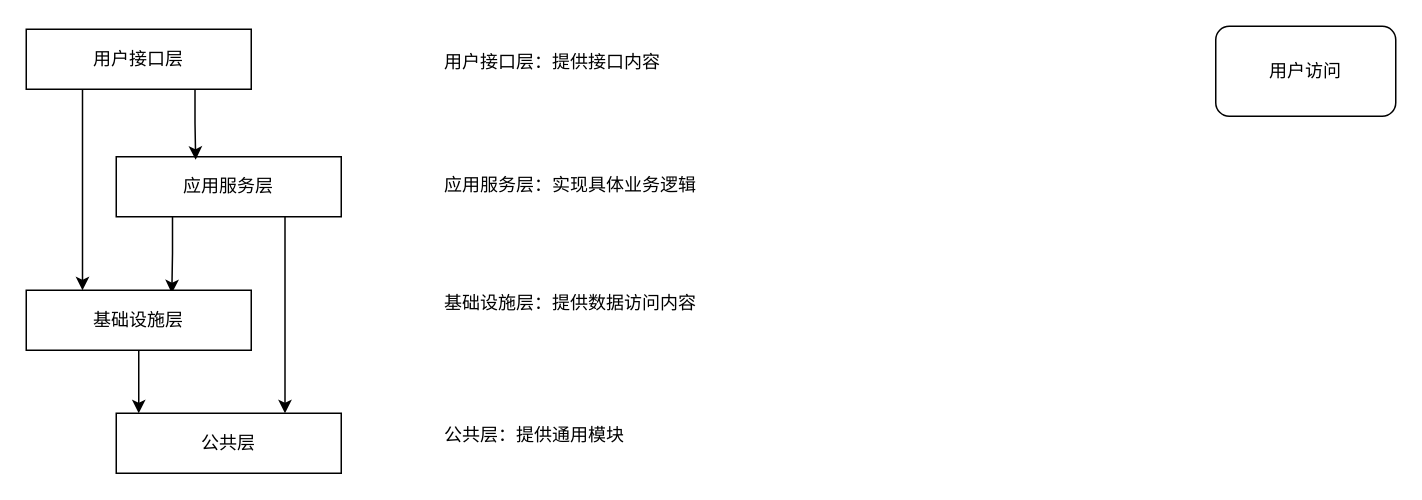
Above: blog/cy_data.drawio in began-zhao/studydraw (draw.io), before the change. Source tidied: cells renumbered, new cells numbered last; positions are measured from the earlier drawing's top-left corner, leaving out a move shared by most shapes. Both pictures are drawn from the tidied source at 150%, with x=0, y=0 at pixel (26, 26).
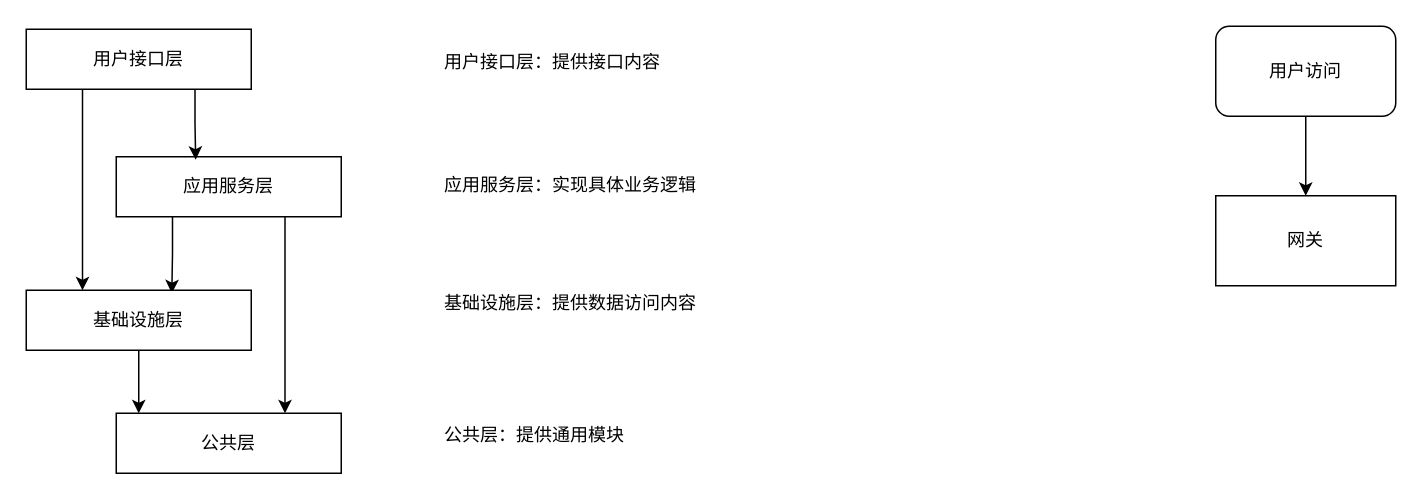
Above is the later version.

What changed in the source:
```diff
@@
 <mxGraphModel>
   <root>
     <mxCell id="0" />
     <mxCell id="1" parent="0" />
     <mxCell id="2" style="edgeStyle=orthogonalEdgeStyle;rounded=0;jettySize=auto;html=1;exitX=0.75;exitY=1;exitDx=0;exitDy=0;entryX=0.75;entryY=0;entryDx=0;entryDy=0;" parent="1" edge="1" source="4" target="5">
       <mxGeometry relative="1" as="geometry" />
     </mxCell>
     <mxCell id="3" style="edgeStyle=orthogonalEdgeStyle;rounded=0;jettySize=auto;html=1;exitX=0.25;exitY=1;exitDx=0;exitDy=0;entryX=0.647;entryY=0.05;entryDx=0;entryDy=0;entryPerimeter=0;" parent="1" edge="1" source="4" target="10">
       <mxGeometry relative="1" as="geometry" />
     </mxCell>
     <mxCell id="4" value="应用服务层" style="rounded=0;whiteSpace=wrap;html=1;" parent="1" vertex="1">
       <mxGeometry x="60" y="87" width="150" height="40" as="geometry" />
     </mxCell>
     <mxCell id="5" value="公共层" style="rounded=0;whiteSpace=wrap;html=1;" parent="1" vertex="1">
       <mxGeometry x="60" y="258" width="150" height="40" as="geometry" />
     </mxCell>
     <mxCell id="6" style="edgeStyle=orthogonalEdgeStyle;rounded=0;jettySize=auto;html=1;exitX=0.25;exitY=1;exitDx=0;exitDy=0;entryX=0.25;entryY=0;entryDx=0;entryDy=0;" parent="1" edge="1" source="8" target="10">
       <mxGeometry relative="1" as="geometry" />
     </mxCell>
     <mxCell id="7" style="edgeStyle=orthogonalEdgeStyle;rounded=0;jettySize=auto;html=1;exitX=0.75;exitY=1;exitDx=0;exitDy=0;entryX=0.353;entryY=0.05;entryDx=0;entryDy=0;entryPerimeter=0;" parent="1" edge="1" source="8" target="4">
       <mxGeometry relative="1" as="geometry" />
     </mxCell>
     <mxCell id="8" value="用户接口层" style="rounded=0;whiteSpace=wrap;html=1;" parent="1" vertex="1">
       <mxGeometry y="2" width="150" height="40" as="geometry" />
     </mxCell>
     <mxCell id="9" style="edgeStyle=orthogonalEdgeStyle;rounded=0;jettySize=auto;html=1;exitX=0.5;exitY=1;exitDx=0;exitDy=0;entryX=0.1;entryY=0;entryDx=0;entryDy=0;entryPerimeter=0;" parent="1" edge="1" source="10" target="5">
       <mxGeometry relative="1" as="geometry" />
     </mxCell>
     <mxCell id="10" value="基础设施层" style="rounded=0;whiteSpace=wrap;html=1;" parent="1" vertex="1">
       <mxGeometry y="176" width="150" height="40" as="geometry" />
     </mxCell>
     <mxCell id="11" value="用户接口层：提供接口内容" style="text;strokeColor=none;fillColor=none;align=left;verticalAlign=middle;spacingLeft=4;spacingRight=4;overflow=hidden;whiteSpace=wrap;html=1;" parent="1" vertex="1">
       <mxGeometry x="273" y="9" width="171" height="30" as="geometry" />
     </mxCell>
     <mxCell id="12" value="应用服务层：实现具体业务逻辑" style="text;strokeColor=none;fillColor=none;align=left;verticalAlign=middle;spacingLeft=4;spacingRight=4;overflow=hidden;whiteSpace=wrap;html=1;" parent="1" vertex="1">
       <mxGeometry x="273" y="91" width="192" height="30" as="geometry" />
     </mxCell>
     <mxCell id="13" value="基础设施层：提供数据访问内容" style="text;strokeColor=none;fillColor=none;align=left;verticalAlign=middle;spacingLeft=4;spacingRight=4;overflow=hidden;whiteSpace=wrap;html=1;" parent="1" vertex="1">
       <mxGeometry x="273" y="170" width="192" height="30" as="geometry" />
     </mxCell>
     <mxCell id="14" value="公共层：提供通用模块" style="text;strokeColor=none;fillColor=none;align=left;verticalAlign=middle;spacingLeft=4;spacingRight=4;overflow=hidden;whiteSpace=wrap;html=1;" parent="1" vertex="1">
       <mxGeometry x="273" y="258" width="192" height="30" as="geometry" />
     </mxCell>
+    <mxCell id="16" style="edgeStyle=orthogonalEdgeStyle;rounded=0;jettySize=auto;html=1;exitX=0.5;exitY=1;exitDx=0;exitDy=0;entryX=0.5;entryY=0;entryDx=0;entryDy=0;" parent="1" edge="1" source="15" target="17">
+      <mxGeometry relative="1" as="geometry" />
+    </mxCell>
     <mxCell id="15" value="用户访问" style="rounded=1;whiteSpace=wrap;html=1;" parent="1" vertex="1">
       <mxGeometry x="793" width="120" height="60" as="geometry" />
     </mxCell>
+    <mxCell id="17" value="网关" style="rounded=0;whiteSpace=wrap;html=1;" parent="1" vertex="1">
+      <mxGeometry x="793" y="113" width="120" height="60" as="geometry" />
+    </mxCell>
   </root>
 </mxGraphModel>
```
